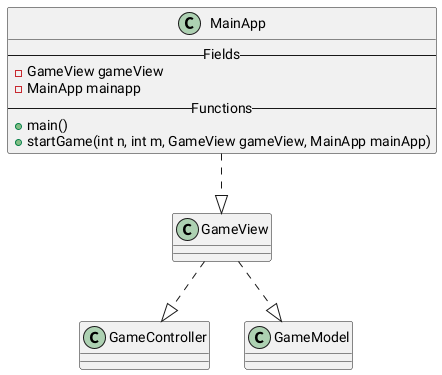
Before: ClassDiagram.png, a diagram exported from PlantUML (CamerJunker/Snake).
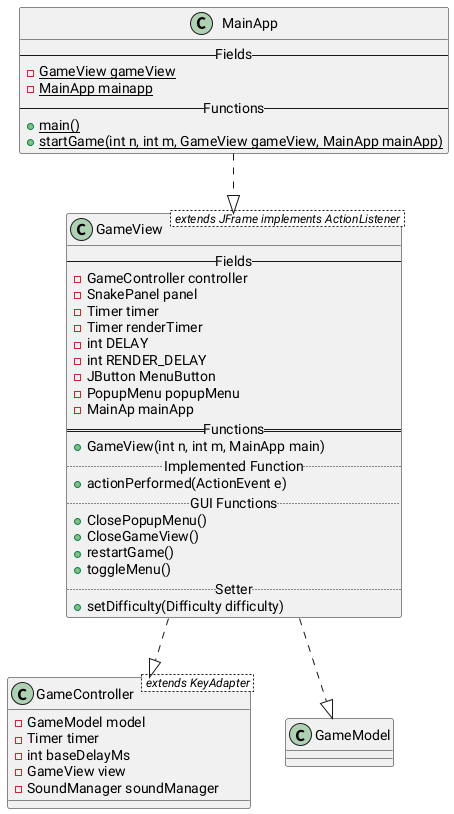
The same diagram one commit later.

Commit message:
Skrevet GameView ind

What changed in the source:
```diff
@@ -4,12 +4,44 @@
 GameView ..|> GameModel
 
 class MainApp {
-    --Fields--
-    -GameView gameView
-    -MainApp mainapp
-    --Functions--
-    +main()
-    +startGame(int n, int m, GameView gameView, MainApp mainApp)
+    -- Fields --
+    -{static}GameView gameView
+    -{static}MainApp mainapp
+    -- Functions --
+    +{static}main()
+    +{static}startGame(int n, int m, GameView gameView, MainApp mainApp)
+}
+
+class GameView < extends JFrame implements ActionListener > {
+    -- Fields --
+    -GameController controller
+    -SnakePanel panel
+    -Timer timer
+    -Timer renderTimer
+    -int DELAY
+    -int RENDER_DELAY
+    -JButton MenuButton
+    -PopupMenu popupMenu
+    -MainAp mainApp
+    == Functions ==
+    +GameView(int n, int m, MainApp main)
+    ..Implemented Function..
+    +actionPerformed(ActionEvent e)
+    .. GUI Functions ..
+    +ClosePopupMenu()
+    +CloseGameView()
+    +restartGame()
+    +toggleMenu()
+    .. Setter ..
+    +setDifficulty(Difficulty difficulty)
+}
+
+class GameController < extends KeyAdapter > {
+    -GameModel model
+    -Timer timer
+    -int baseDelayMs
+    -GameView view
+    -SoundManager soundManager
 }
 
 @enduml
```
